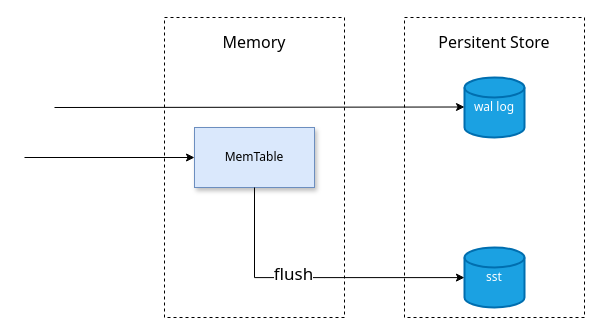
This is doc/binlog-rocksdb.drawio from jackjoesh/databend, a draw.io file, before an edit. Source tidied: cells renumbered, new cells numbered last; positions are measured from the earlier drawing's top-left corner, leaving out a move shared by most shapes. Both pictures are drawn from the tidied source at 100%, with x=0, y=0 at pixel (24, 17).
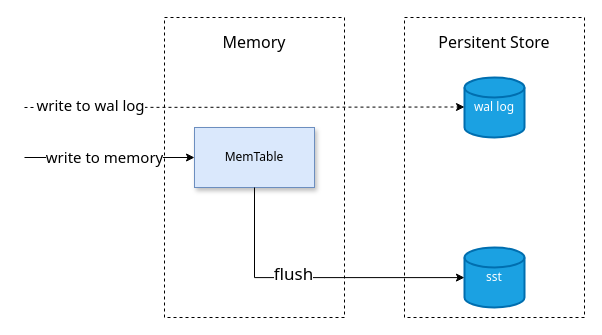
The same diagram, later.

Change to the diagram source:
```diff
@@
 <mxGraphModel>
   <root>
     <mxCell id="0" />
     <mxCell id="1" parent="0" />
     <mxCell id="2" style="rounded=0;whiteSpace=wrap;html=1;dashed=1;fillColor=none;fontFamily=Tahoma;" parent="1" vertex="1">
       <mxGeometry x="140" width="180" height="300" as="geometry" />
     </mxCell>
     <mxCell id="3" value="MemTable" style="rounded=0;whiteSpace=wrap;html=1;shadow=1;fillColor=#dae8fc;strokeColor=#6c8ebf;fontFamily=Tahoma;" parent="1" vertex="1">
       <mxGeometry x="170" y="110" width="120" height="60" as="geometry" />
     </mxCell>
     <mxCell id="4" value="wal log" style="strokeWidth=2;html=1;shape=mxgraph.flowchart.database;whiteSpace=wrap;fillColor=#1ba1e2;fontColor=#ffffff;strokeColor=#006EAF;fontFamily=Tahoma;" parent="1" vertex="1">
       <mxGeometry x="440" y="60" width="60" height="60" as="geometry" />
     </mxCell>
     <mxCell id="5" value="sst" style="strokeWidth=2;html=1;shape=mxgraph.flowchart.database;whiteSpace=wrap;fillColor=#1ba1e2;fontColor=#ffffff;strokeColor=#006EAF;fontFamily=Tahoma;" parent="1" vertex="1">
       <mxGeometry x="440" y="230" width="60" height="60" as="geometry" />
     </mxCell>
     <mxCell id="6" style="rounded=0;whiteSpace=wrap;html=1;dashed=1;fillColor=none;fontFamily=Tahoma;" parent="1" vertex="1">
       <mxGeometry x="380" width="180" height="300" as="geometry" />
     </mxCell>
     <mxCell id="7" value="Memory" style="text;strokeColor=none;align=center;fillColor=none;html=1;verticalAlign=middle;whiteSpace=wrap;rounded=0;fontFamily=Tahoma;fontSize=16;" parent="1" vertex="1">
       <mxGeometry x="155" y="10" width="150" height="30" as="geometry" />
     </mxCell>
     <mxCell id="8" value="Persitent Store" style="text;strokeColor=none;align=center;fillColor=none;html=1;verticalAlign=middle;whiteSpace=wrap;rounded=0;fontFamily=Tahoma;fontSize=16;" parent="1" vertex="1">
       <mxGeometry x="395" y="10" width="150" height="30" as="geometry" />
     </mxCell>
     <mxCell id="9" style="endArrow=classic;html=1;rounded=0;entryX=0;entryY=0.5;entryDx=0;entryDy=0;fontFamily=Tahoma;" parent="1" edge="1" target="3">
       <mxGeometry relative="1" as="geometry">
         <mxPoint y="140" as="sourcePoint" />
       </mxGeometry>
     </mxCell>
+    <mxCell id="13" value="write to memory" style="edgeLabel;html=1;align=center;verticalAlign=middle;fontFamily=Tahoma;fontSize=15;" parent="9" vertex="1">
+      <mxGeometry x="-0.07" y="2" relative="1" as="geometry" />
+    </mxCell>
-    <mxCell id="10" style="endArrow=classic;html=1;rounded=0;entryX=0;entryY=0.5;entryDx=0;entryDy=0;fontFamily=Tahoma;" parent="1" edge="1">
+    <mxCell id="10" style="endArrow=classic;html=1;rounded=0;entryX=0;entryY=0.5;entryDx=0;entryDy=0;fontFamily=Tahoma;dashed=1;" parent="1" edge="1">
       <mxGeometry relative="1" as="geometry">
-        <mxPoint x="30" y="90" as="sourcePoint" />
+        <mxPoint y="90" as="sourcePoint" />
         <mxPoint x="440" y="89.5" as="targetPoint" />
       </mxGeometry>
     </mxCell>
+    <mxCell id="14" value="write to wal log" style="edgeLabel;html=1;align=center;verticalAlign=middle;fontFamily=Tahoma;fontSize=15;" parent="10" vertex="1">
+      <mxGeometry x="-0.7" y="3" relative="1" as="geometry" />
+    </mxCell>
     <mxCell id="11" style="edgeStyle=orthogonalEdgeStyle;rounded=0;jettySize=auto;html=1;exitX=0.5;exitY=1;exitDx=0;exitDy=0;entryX=0.333;entryY=0.867;entryDx=0;entryDy=0;entryPerimeter=0;fontFamily=Tahoma;" parent="1" edge="1" source="3" target="6">
       <mxGeometry relative="1" as="geometry" />
     </mxCell>
     <mxCell id="12" value="flush" style="edgeLabel;html=1;align=center;verticalAlign=middle;fontFamily=Tahoma;fontSize=17;" parent="11" vertex="1">
       <mxGeometry x="-0.14" y="4" relative="1" as="geometry" />
     </mxCell>
   </root>
 </mxGraphModel>
```
